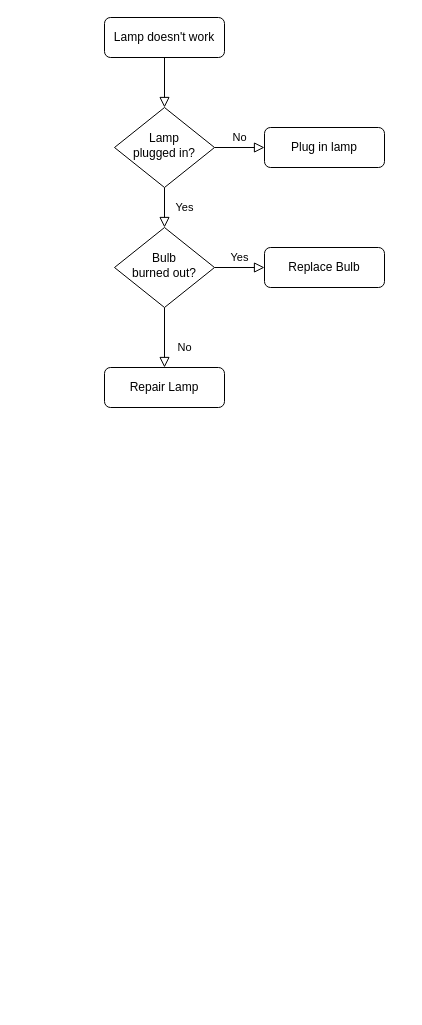
This is Ödev1/MustaphaYahaya.drawio from themanoftalent/AlgoritmaTurkce, a draw.io file, before an edit. Source tidied: cells renumbered, new cells numbered last; positions are measured from the earlier drawing's top-left corner, leaving out a move shared by most shapes. Both pictures are drawn from the tidied source at 100%, with x=0, y=0 at pixel (104, 17).
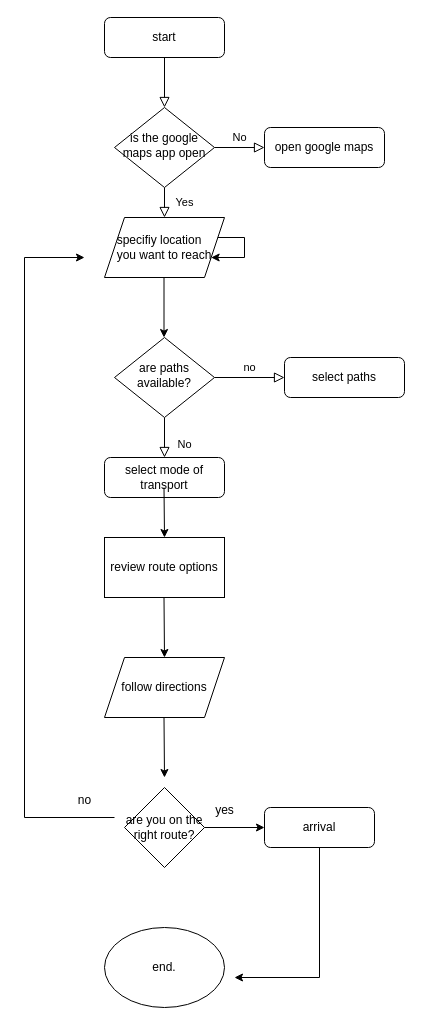
After the change.

What changed in the source:
```diff
@@
-    <mxCell id="3" value="Lamp doesn't work" style="rounded=1;whiteSpace=wrap;html=1;fontSize=12;glass=0;strokeWidth=1;shadow=0;" parent="1" vertex="1">
+    <mxCell id="3" value="start" style="rounded=1;whiteSpace=wrap;html=1;fontSize=12;glass=0;strokeWidth=1;shadow=0;" parent="1" vertex="1">
       <mxGeometry width="120" height="40" as="geometry" />
     </mxCell>
-    <mxCell id="4" value="Yes" style="rounded=0;html=1;jettySize=auto;fontSize=11;endArrow=block;endFill=0;endSize=8;strokeWidth=1;shadow=0;labelBackgroundColor=none;edgeStyle=orthogonalEdgeStyle;" parent="1" edge="1" source="6" target="10">
-      <mxGeometry y="20" relative="1" as="geometry" />
+    <mxCell id="4" value="Yes" style="rounded=0;html=1;jettySize=auto;fontSize=11;endArrow=block;endFill=0;endSize=8;strokeWidth=1;shadow=0;labelBackgroundColor=none;edgeStyle=orthogonalEdgeStyle;" parent="1" edge="1" source="6">
+      <mxGeometry y="20" relative="1" as="geometry">
+        <mxPoint x="60" y="200" as="targetPoint" />
+      </mxGeometry>
     </mxCell>
@@
-    <mxCell id="6" value="Lamp&lt;br&gt;plugged in?" style="rhombus;whiteSpace=wrap;html=1;shadow=0;fontFamily=Helvetica;fontSize=12;align=center;strokeWidth=1;spacing=6;spacingTop=-4;" parent="1" vertex="1">
+    <mxCell id="6" value="is the google maps app open" style="rhombus;whiteSpace=wrap;html=1;shadow=0;fontFamily=Helvetica;fontSize=12;align=center;strokeWidth=1;spacing=6;spacingTop=-4;" parent="1" vertex="1">
       <mxGeometry x="10" y="90" width="100" height="80" as="geometry" />
     </mxCell>
-    <mxCell id="7" value="Plug in lamp" style="rounded=1;whiteSpace=wrap;html=1;fontSize=12;glass=0;strokeWidth=1;shadow=0;" parent="1" vertex="1">
+    <mxCell id="7" value="open google maps" style="rounded=1;whiteSpace=wrap;html=1;fontSize=12;glass=0;strokeWidth=1;shadow=0;" parent="1" vertex="1">
       <mxGeometry x="160" y="110" width="120" height="40" as="geometry" />
     </mxCell>
@@
-    <mxCell id="9" value="Yes" style="edgeStyle=orthogonalEdgeStyle;rounded=0;html=1;jettySize=auto;fontSize=11;endArrow=block;endFill=0;endSize=8;strokeWidth=1;shadow=0;labelBackgroundColor=none;" parent="1" edge="1" source="10" target="12">
+    <mxCell id="9" value="no" style="edgeStyle=orthogonalEdgeStyle;rounded=0;html=1;jettySize=auto;fontSize=11;endArrow=block;endFill=0;endSize=8;strokeWidth=1;shadow=0;labelBackgroundColor=none;" parent="1" edge="1" source="10" target="12">
       <mxGeometry y="10" relative="1" as="geometry" />
     </mxCell>
-    <mxCell id="10" value="Bulb&lt;br&gt;burned out?" style="rhombus;whiteSpace=wrap;html=1;shadow=0;fontFamily=Helvetica;fontSize=12;align=center;strokeWidth=1;spacing=6;spacingTop=-4;" parent="1" vertex="1">
-      <mxGeometry x="10" y="210" width="100" height="80" as="geometry" />
+    <mxCell id="10" value="are paths available?" style="rhombus;whiteSpace=wrap;html=1;shadow=0;fontFamily=Helvetica;fontSize=12;align=center;strokeWidth=1;spacing=6;spacingTop=-4;" parent="1" vertex="1">
+      <mxGeometry x="10" y="320" width="100" height="80" as="geometry" />
     </mxCell>
-    <mxCell id="11" value="Repair Lamp" style="rounded=1;whiteSpace=wrap;html=1;fontSize=12;glass=0;strokeWidth=1;shadow=0;" parent="1" vertex="1">
-      <mxGeometry y="350" width="120" height="40" as="geometry" />
+    <mxCell id="11" value="select mode of transport" style="rounded=1;whiteSpace=wrap;html=1;fontSize=12;glass=0;strokeWidth=1;shadow=0;" parent="1" vertex="1">
+      <mxGeometry y="440" width="120" height="40" as="geometry" />
     </mxCell>
-    <mxCell id="12" value="Replace Bulb" style="rounded=1;whiteSpace=wrap;html=1;fontSize=12;glass=0;strokeWidth=1;shadow=0;" parent="1" vertex="1">
-      <mxGeometry x="160" y="230" width="120" height="40" as="geometry" />
+    <mxCell id="12" value="select paths" style="rounded=1;whiteSpace=wrap;html=1;fontSize=12;glass=0;strokeWidth=1;shadow=0;" parent="1" vertex="1">
+      <mxGeometry x="180" y="340" width="120" height="40" as="geometry" />
     </mxCell>
+    <mxCell id="13" value="&lt;div style=&quot;text-align: left;&quot;&gt;specifiy location&lt;/div&gt;&lt;div style=&quot;text-align: left;&quot;&gt;you want to reach&lt;/div&gt;" style="shape=parallelogram;perimeter=parallelogramPerimeter;whiteSpace=wrap;html=1;fixedSize=1;" parent="1" vertex="1">
+      <mxGeometry y="200" width="120" height="60" as="geometry" />
+    </mxCell>
+    <mxCell id="14" style="endArrow=classic;html=1;rounded=0;" parent="1" edge="1">
+      <mxGeometry relative="1" as="geometry">
+        <mxPoint x="59.5" y="260" as="sourcePoint" />
+        <mxPoint x="59.5" y="320" as="targetPoint" />
+      </mxGeometry>
+    </mxCell>
+    <mxCell id="15" style="endArrow=classic;html=1;rounded=0;" parent="1" edge="1">
+      <mxGeometry relative="1" as="geometry">
+        <mxPoint x="59.5" y="470" as="sourcePoint" />
+        <mxPoint x="60" y="520" as="targetPoint" />
+      </mxGeometry>
+    </mxCell>
+    <mxCell id="16" value="review route options" style="rounded=0;whiteSpace=wrap;html=1;" parent="1" vertex="1">
+      <mxGeometry y="520" width="120" height="60" as="geometry" />
+    </mxCell>
+    <mxCell id="17" style="endArrow=classic;html=1;rounded=0;" parent="1" edge="1">
+      <mxGeometry relative="1" as="geometry">
+        <mxPoint x="59.5" y="580" as="sourcePoint" />
+        <mxPoint x="60" y="640" as="targetPoint" />
+      </mxGeometry>
+    </mxCell>
+    <mxCell id="18" value="follow directions" style="shape=parallelogram;perimeter=parallelogramPerimeter;whiteSpace=wrap;html=1;fixedSize=1;" parent="1" vertex="1">
+      <mxGeometry y="640" width="120" height="60" as="geometry" />
+    </mxCell>
+    <mxCell id="19" style="endArrow=classic;html=1;rounded=0;" parent="1" edge="1">
+      <mxGeometry relative="1" as="geometry">
+        <mxPoint x="59.5" y="700" as="sourcePoint" />
+        <mxPoint x="60" y="760" as="targetPoint" />
+      </mxGeometry>
+    </mxCell>
+    <mxCell id="20" value="are you on the right route?" style="rhombus;whiteSpace=wrap;html=1;" parent="1" vertex="1">
+      <mxGeometry x="20" y="770" width="80" height="80" as="geometry" />
+    </mxCell>
+    <mxCell id="21" style="endArrow=classic;html=1;rounded=0;" parent="1" edge="1">
+      <mxGeometry relative="1" as="geometry">
+        <mxPoint x="100" y="810" as="sourcePoint" />
+        <mxPoint x="160" y="810" as="targetPoint" />
+      </mxGeometry>
+    </mxCell>
+    <mxCell id="22" value="arrival" style="rounded=1;whiteSpace=wrap;html=1;" parent="1" vertex="1">
+      <mxGeometry x="160" y="790" width="110" height="40" as="geometry" />
+    </mxCell>
+    <mxCell id="23" style="endArrow=classic;html=1;rounded=0;" parent="1" edge="1">
+      <mxGeometry relative="1" as="geometry">
+        <mxPoint x="10" y="800" as="sourcePoint" />
+        <mxPoint x="-20" y="240" as="targetPoint" />
+        <Array as="points">
+          <mxPoint x="-80" y="800" />
+          <mxPoint x="-80" y="240" />
+        </Array>
+      </mxGeometry>
+    </mxCell>
+    <mxCell id="24" style="edgeStyle=orthogonalEdgeStyle;rounded=0;orthogonalLoop=1;jettySize=auto;html=1;" parent="1" edge="1" source="13" target="13">
+      <mxGeometry relative="1" as="geometry" />
+    </mxCell>
+    <mxCell id="25" value="no" style="text;html=1;align=center;verticalAlign=middle;strokeColor=none;fillColor=none;" parent="1" vertex="1">
+      <mxGeometry x="-40" y="768" width="40" height="30" as="geometry" />
+    </mxCell>
+    <mxCell id="26" style="endArrow=classic;html=1;rounded=0;exitX=0.5;exitY=1;exitDx=0;exitDy=0;" parent="1" edge="1" source="22">
+      <mxGeometry relative="1" as="geometry">
+        <mxPoint x="130" y="960" as="targetPoint" />
+        <Array as="points">
+          <mxPoint x="215" y="960" />
+        </Array>
+      </mxGeometry>
+    </mxCell>
+    <mxCell id="27" value="end." style="ellipse;whiteSpace=wrap;html=1;" parent="1" vertex="1">
+      <mxGeometry y="910" width="120" height="80" as="geometry" />
+    </mxCell>
+    <mxCell id="28" value="yes" style="text;html=1;align=center;verticalAlign=middle;strokeColor=none;fillColor=none;" parent="1" vertex="1">
+      <mxGeometry x="100" y="778" width="40" height="30" as="geometry" />
+    </mxCell>
```
